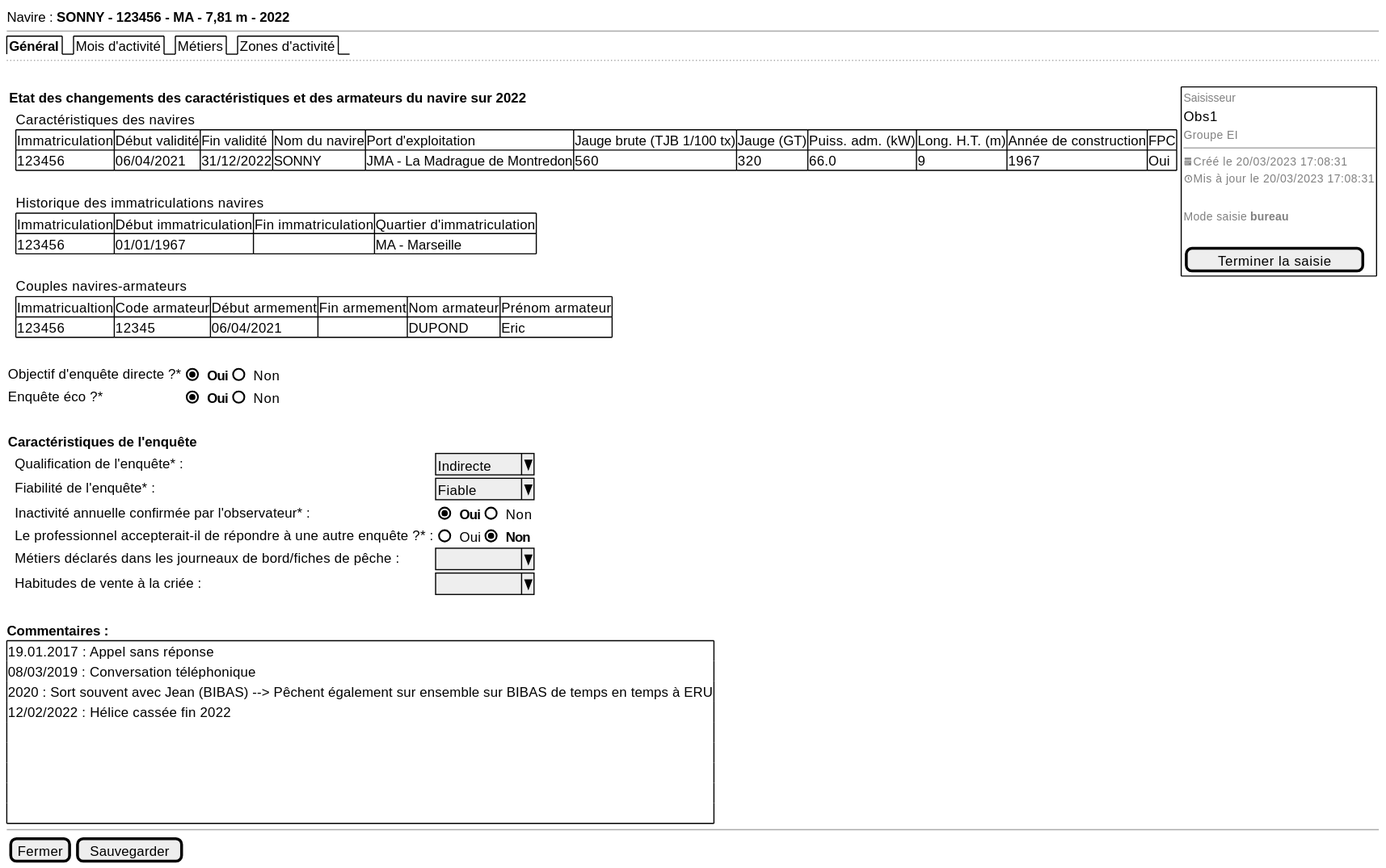
Earlier version of the PlantUML export projects/activity-calendar/spe/images/activity-calendar-new-general.svg (sumaris-net/sumaris-doc).
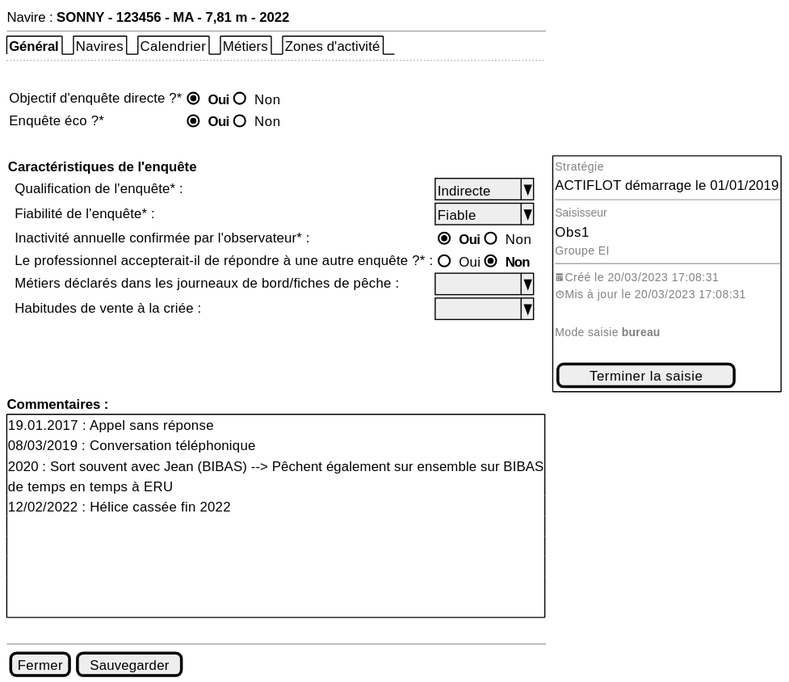
The same file after the commit.

Commit message:
[enh] update enh with 23/05/2024 activity calendar meeting

Diff of the diagram source:
```diff
@@ -2,42 +2,12 @@
 {
   Navire : <b>SONNY - 123456 - MA - 7,81 m - 2022
   --
-  {/ <b>Général | Mois d'activité | Métiers | Zones d'activité}
+  {/ <b>Général | Navires | Calendrier | Métiers | Zones d'activité}
   ..
   .
   {{
-  <b>Etat des changements des caractéristiques et des armateurs du navire sur 2022
-    {
-    . | Caractéristiques des navires
-    . | {# Immatriculation | Début validité | Fin validité | Nom du navire | Port d'exploitation | Jauge brute (TJB 1/100 tx) | Jauge (GT) | Puiss. adm. (kW) | Long. H.T. (m) | Année de construction | FPC
-       123456 | 06/04/2021 | 31/12/2022 | SONNY | JMA - La Madrague de Montredon | 560 | 320 | 66.0 | 9 | 1967 | Oui}
-    .
-
-    . | Historique des immatriculations navires
-    . | {# Immatriculation | Début immatriculation | Fin immatriculation | Quartier d'immatriculation
-       123456 | 01/01/1967 | . | MA - Marseille}
-    .
-
-    . | Couples navires-armateurs
-    . | {# Immatricualtion | Code armateur | Début armement | Fin armement | Nom armateur | Prénom armateur
-       123456 | 12345 | 06/04/2021 | . | DUPOND | Eric}
-    }
-  }|{+
-                   { <font color=grey size=10>Saisisseur
-                   Obs1
-                   <font color=grey size=10>Groupe EI
-                   --
-                   <font color=grey size=10><&calendar>Créé le 20/03/2023 17:08:31
-                   <font color=grey size=10><&clock>Mis à jour le 20/03/2023 17:08:31
-                   .
-                   <font color=grey size=10>Mode saisie <b>bureau
-                   .
-                   [ Terminer la saisie]
-                   }}}
-  .
-  {
     Objectif d'enquête directe ?* | { (X) <b>Oui | () Non }
-    Enquête éco ?* | { (X) <b>Oui | () Non }
+    Enquête éco ?* | { (X) <b>Oui | () Non }} |
   }
   .
   {
@@ -50,20 +20,35 @@
      . | Métiers déclarés dans les journeaux de bord/fiches de pêche : | ^         ^
      . | Habitudes de vente à la criée : | ^         ^
      }
-  }
+  } . {+
+                           {
+                           <font color=grey size=10>Stratégie
+                           ACTIFLOT démarrage le 01/01/2019
+                           --
+                           <font color=grey size=10>Saisisseur
+                           Obs1
+                           <font color=grey size=10>Groupe EI
+                           --
+                           <font color=grey size=10><&calendar>Créé le 20/03/2023 17:08:31
+                           <font color=grey size=10><&clock>Mis à jour le 20/03/2023 17:08:31
+                           .
+                           <font color=grey size=10>Mode saisie <b>bureau
+                           .
+                           [ Terminer la saisie]
+                           }}
+    <b>Commentaires :
+         {+ 19.01.2017 : Appel sans réponse
+            08/03/2019 : Conversation téléphonique
+            2020 : Sort souvent avec Jean (BIBAS) --> Pêchent également sur ensemble sur BIBAS
+            de temps en temps à ERU
+            12/02/2022 : Hélice cassée fin 2022
+            .
+            .
+            .
+            .
+            .
+         }
   .
-  <b>Commentaires :
-       {+ 19.01.2017 : Appel sans réponse
-          08/03/2019 : Conversation téléphonique
-          2020 : Sort souvent avec Jean (BIBAS) --> Pêchent également sur ensemble sur BIBAS de temps en temps à ERU
-          12/02/2022 : Hélice cassée fin 2022
-          .
-          .
-          .
-          .
-          .
-       }
-
   --
   { [Fermer] | [Sauvegarder] }
 }
```
